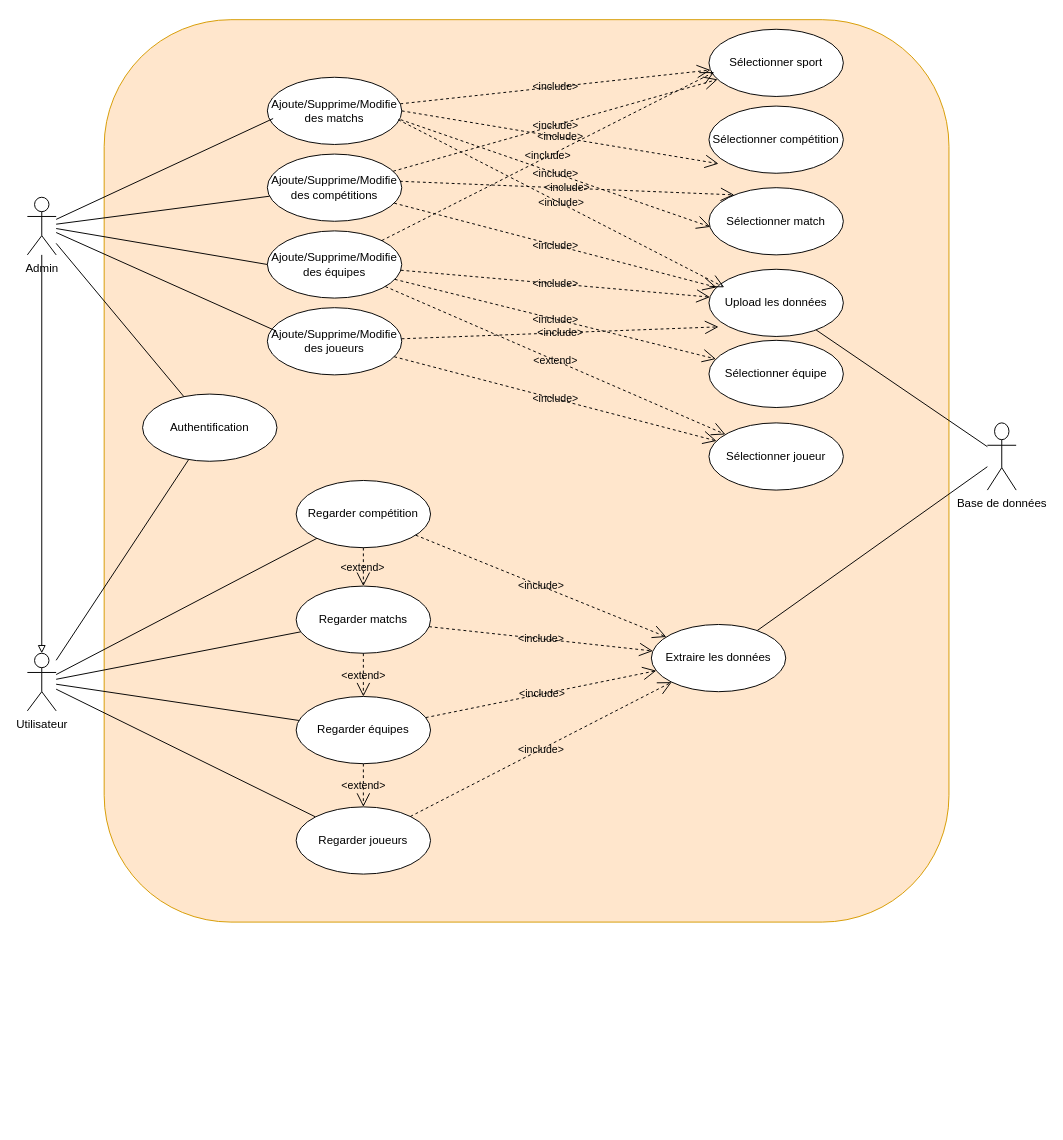
Before: Diagramme cas d'utilisation.drawio in MaximeY05/Projet_traitement_donn-es_1A, a draw.io diagram. Source tidied: cells renumbered, new cells numbered last; positions are measured from the earlier drawing's top-left corner, leaving out a move shared by most shapes. Both pictures are drawn from the tidied source at 96%, with x=0, y=0 at pixel (27, 19).
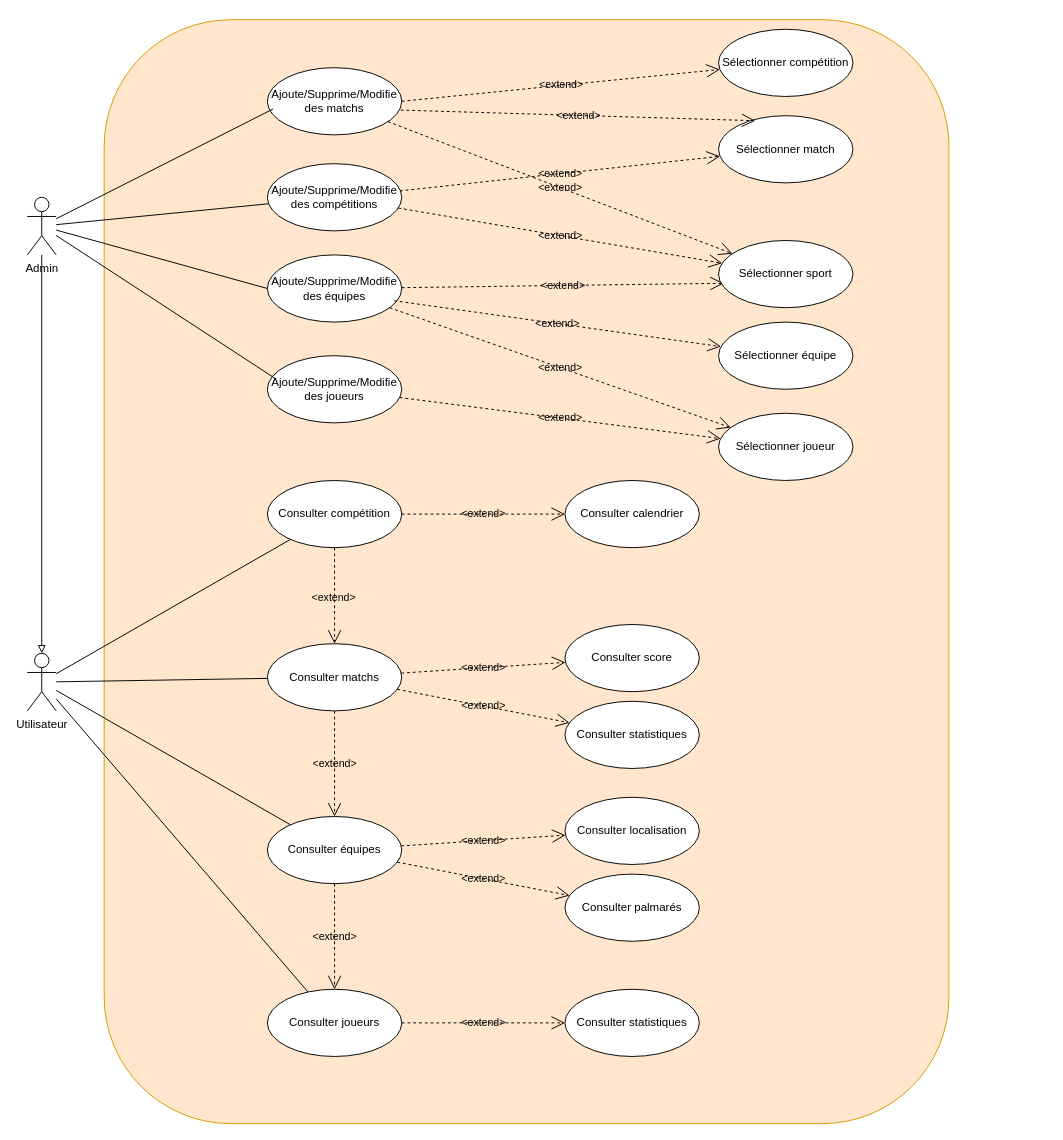
The same page after the edit.

Commit message (it also covers changes not shown here):
Fin diagrammes 11/03

The change refers to these unchanged cells:
```xml
<mxCell id="9" value="Admin" style="shape=umlActor;verticalLabelPosition=bottom;verticalAlign=top;html=1;outlineConnect=0;" parent="1" vertex="1">
  <mxGeometry y="185" width="30" height="60" as="geometry" />
</mxCell>
<mxCell id="35" value="Utilisateur" style="shape=umlActor;verticalLabelPosition=bottom;verticalAlign=top;html=1;outlineConnect=0;" parent="1" vertex="1">
  <mxGeometry y="660" width="30" height="60" as="geometry" />
</mxCell>
```

Diff of the diagram source:
```diff
@@
     <mxCell id="2" value="&lt;div&gt;&lt;/div&gt;" style="rounded=1;whiteSpace=wrap;html=1;fillColor=#ffe6cc;strokeColor=#d79b00;labelPosition=center;verticalLabelPosition=top;align=center;verticalAlign=bottom;" parent="1" vertex="1">
-      <mxGeometry x="80" width="880" height="940" as="geometry" />
+      <mxGeometry x="80" width="880" height="1150" as="geometry" />
     </mxCell>
     <mxCell id="3" value="Ajoute/Supprime/Modifie des matchs" style="ellipse;whiteSpace=wrap;html=1;" parent="1" vertex="1">
-      <mxGeometry x="250" y="60" width="140" height="70" as="geometry" />
+      <mxGeometry x="250" y="50" width="140" height="70" as="geometry" />
     </mxCell>
     <mxCell id="4" value="Ajoute/Supprime/Modifie des équipes" style="ellipse;whiteSpace=wrap;html=1;" parent="1" vertex="1">
-      <mxGeometry x="250" y="220" width="140" height="70" as="geometry" />
+      <mxGeometry x="250" y="245" width="140" height="70" as="geometry" />
     </mxCell>
     <mxCell id="5" value="Ajoute/Supprime/Modifie des compétitions" style="ellipse;whiteSpace=wrap;html=1;" parent="1" vertex="1">
-      <mxGeometry x="250" y="140" width="140" height="70" as="geometry" />
+      <mxGeometry x="250" y="150" width="140" height="70" as="geometry" />
     </mxCell>
@@
     <mxCell id="11" value="Sélectionner compétition" style="ellipse;whiteSpace=wrap;html=1;" parent="1" vertex="1">
-      <mxGeometry x="710" y="90" width="140" height="70" as="geometry" />
+      <mxGeometry x="720" y="10" width="140" height="70" as="geometry" />
     </mxCell>
     <mxCell id="12" value="Sélectionner match" style="ellipse;whiteSpace=wrap;html=1;" parent="1" vertex="1">
-      <mxGeometry x="710" y="175" width="140" height="70" as="geometry" />
+      <mxGeometry x="720" y="100" width="140" height="70" as="geometry" />
     </mxCell>
-    <mxCell id="13" style="rounded=0;jettySize=auto;html=1;endArrow=none;endFill=0;" parent="1" edge="1" source="14" target="16">
-      <mxGeometry relative="1" as="geometry" />
-    </mxCell>
-    <mxCell id="14" value="Upload les données" style="ellipse;whiteSpace=wrap;html=1;" parent="1" vertex="1">
-      <mxGeometry x="710" y="260" width="140" height="70" as="geometry" />
-    </mxCell>
-    <mxCell id="15" style="rounded=0;jettySize=auto;html=1;endArrow=none;endFill=0;" parent="1" edge="1" source="16" target="44">
-      <mxGeometry relative="1" as="geometry" />
-    </mxCell>
-    <mxCell id="16" value="Base de données" style="shape=umlActor;verticalLabelPosition=bottom;verticalAlign=top;html=1;fontSize=12;" parent="1" vertex="1">
-      <mxGeometry x="1000" y="420" width="30" height="70" as="geometry" />
-    </mxCell>
     <mxCell id="17" value="Ajoute/Supprime/Modifie des joueurs" style="ellipse;whiteSpace=wrap;html=1;" parent="1" vertex="1">
-      <mxGeometry x="250" y="300" width="140" height="70" as="geometry" />
+      <mxGeometry x="250" y="350" width="140" height="70" as="geometry" />
     </mxCell>
@@
-    <mxCell id="19" value="&lt;span&gt;&amp;lt;include&amp;gt;&lt;/span&gt;" style="endArrow=open;endSize=12;dashed=1;html=1;rounded=0;exitX=0.974;exitY=0.631;exitDx=0;exitDy=0;exitPerimeter=0;labelBackgroundColor=none;entryX=0.114;entryY=0.268;entryDx=0;entryDy=0;entryPerimeter=0;" parent="1" edge="1" source="3" target="14">
-      <mxGeometry relative="1" as="geometry" />
-    </mxCell>
-    <mxCell id="20" value="&lt;span&gt;&amp;lt;include&amp;gt;&lt;/span&gt;" style="endArrow=open;endSize=12;dashed=1;html=1;rounded=0;labelBackgroundColor=none;entryX=0.071;entryY=0.857;entryDx=0;entryDy=0;entryPerimeter=0;" parent="1" edge="1" source="17" target="14">
-      <mxGeometry relative="1" as="geometry" />
-    </mxCell>
-    <mxCell id="21" value="&lt;span&gt;&amp;lt;include&amp;gt;&lt;/span&gt;" style="endArrow=open;endSize=12;dashed=1;html=1;rounded=0;labelBackgroundColor=none;" parent="1" edge="1" source="4" target="14">
-      <mxGeometry relative="1" as="geometry" />
-    </mxCell>
-    <mxCell id="22" value="&lt;span&gt;&amp;lt;include&amp;gt;&lt;/span&gt;" style="endArrow=open;endSize=12;dashed=1;html=1;rounded=0;exitX=0.986;exitY=0.405;exitDx=0;exitDy=0;exitPerimeter=0;labelBackgroundColor=none;entryX=0.188;entryY=0.107;entryDx=0;entryDy=0;entryPerimeter=0;" parent="1" edge="1" source="5" target="12">
+    <mxCell id="22" value="&lt;span&gt;&amp;lt;extend&amp;gt;&lt;/span&gt;" style="endArrow=open;endSize=12;dashed=1;html=1;rounded=0;exitX=0.986;exitY=0.405;exitDx=0;exitDy=0;exitPerimeter=0;labelBackgroundColor=none;" parent="1" edge="1" source="5" target="12">
       <mxGeometry relative="1" as="geometry" />
     </mxCell>
-    <mxCell id="23" value="&lt;span&gt;&amp;lt;include&amp;gt;&lt;/span&gt;" style="endArrow=open;endSize=12;dashed=1;html=1;rounded=0;exitX=0.992;exitY=0.631;exitDx=0;exitDy=0;exitPerimeter=0;entryX=0.01;entryY=0.583;entryDx=0;entryDy=0;entryPerimeter=0;labelBackgroundColor=none;" parent="1" edge="1" source="3" target="12">
+    <mxCell id="23" value="&amp;lt;extend&amp;gt;" style="endArrow=open;endSize=12;dashed=1;html=1;rounded=0;exitX=0.992;exitY=0.631;exitDx=0;exitDy=0;exitPerimeter=0;labelBackgroundColor=none;entryX=0.273;entryY=0.075;entryDx=0;entryDy=0;entryPerimeter=0;" parent="1" edge="1" source="3" target="12">
       <mxGeometry relative="1" as="geometry" />
     </mxCell>
-    <mxCell id="24" value="&lt;span&gt;&amp;lt;include&amp;gt;&lt;/span&gt;" style="endArrow=open;endSize=12;dashed=1;html=1;rounded=0;exitX=1;exitY=0.5;exitDx=0;exitDy=0;entryX=0.071;entryY=0.857;entryDx=0;entryDy=0;entryPerimeter=0;labelBackgroundColor=none;" parent="1" edge="1" source="3" target="11">
+    <mxCell id="24" value="&lt;span&gt;&amp;lt;extend&amp;gt;&lt;/span&gt;" style="endArrow=open;endSize=12;dashed=1;html=1;rounded=0;exitX=1;exitY=0.5;exitDx=0;exitDy=0;labelBackgroundColor=none;" parent="1" edge="1" source="3" target="11">
       <mxGeometry relative="1" as="geometry" />
     </mxCell>
-    <mxCell id="25" value="&lt;span&gt;&amp;lt;include&amp;gt;&lt;/span&gt;" style="endArrow=open;endSize=12;dashed=1;html=1;rounded=0;labelBackgroundColor=none;" parent="1" edge="1" source="5" target="14">
-      <mxGeometry relative="1" as="geometry" />
-    </mxCell>
     <mxCell id="26" value="Sélectionner équipe" style="ellipse;whiteSpace=wrap;html=1;" parent="1" vertex="1">
-      <mxGeometry x="710" y="334" width="140" height="70" as="geometry" />
+      <mxGeometry x="720" y="315" width="140" height="70" as="geometry" />
     </mxCell>
     <mxCell id="27" value="Sélectionner joueur" style="ellipse;whiteSpace=wrap;html=1;" parent="1" vertex="1">
-      <mxGeometry x="710" y="420" width="140" height="70" as="geometry" />
+      <mxGeometry x="720" y="410" width="140" height="70" as="geometry" />
     </mxCell>
@@
-    <mxCell id="29" value="&lt;span&gt;&amp;lt;include&amp;gt;&lt;/span&gt;" style="endArrow=open;endSize=12;dashed=1;html=1;rounded=0;labelBackgroundColor=none;" parent="1" edge="1" source="17" target="27">
+    <mxCell id="29" value="&amp;lt;extend&amp;gt;" style="endArrow=open;endSize=12;dashed=1;html=1;rounded=0;labelBackgroundColor=none;" parent="1" edge="1" source="17" target="27">
       <mxGeometry relative="1" as="geometry" />
     </mxCell>
-    <mxCell id="30" value="&lt;span&gt;&amp;lt;include&amp;gt;&lt;/span&gt;" style="endArrow=open;endSize=12;dashed=1;html=1;rounded=0;labelBackgroundColor=none;" parent="1" edge="1" source="4" target="26">
-      <mxGeometry relative="1" as="geometry" />
-    </mxCell>
@@
-    <mxCell id="36" value="Sélectionner sport" style="ellipse;whiteSpace=wrap;html=1;" parent="1" vertex="1">
-      <mxGeometry x="710" y="10" width="140" height="70" as="geometry" />
-    </mxCell>
-    <mxCell id="37" value="&lt;span&gt;&amp;lt;include&amp;gt;&lt;/span&gt;" style="endArrow=open;endSize=12;dashed=1;html=1;rounded=0;labelBackgroundColor=none;" parent="1" edge="1" source="3" target="36">
+    <mxCell id="37" value="&amp;lt;extend&amp;gt;" style="endArrow=open;endSize=12;dashed=1;html=1;rounded=0;labelBackgroundColor=none;" parent="1" edge="1" source="3" target="36">
       <mxGeometry relative="1" as="geometry" />
     </mxCell>
-    <mxCell id="38" value="&lt;span&gt;&amp;lt;include&amp;gt;&lt;/span&gt;" style="endArrow=open;endSize=12;dashed=1;html=1;rounded=0;labelBackgroundColor=none;" parent="1" edge="1" source="5" target="36">
+    <mxCell id="38" value="&amp;lt;extend&amp;gt;" style="endArrow=open;endSize=12;dashed=1;html=1;rounded=0;labelBackgroundColor=none;" parent="1" edge="1" source="5" target="36">
       <mxGeometry relative="1" as="geometry" />
     </mxCell>
-    <mxCell id="39" value="&lt;span&gt;&amp;lt;include&amp;gt;&lt;/span&gt;" style="endArrow=open;endSize=12;dashed=1;html=1;rounded=0;labelBackgroundColor=none;entryX=0.039;entryY=0.637;entryDx=0;entryDy=0;entryPerimeter=0;" parent="1" edge="1" source="4" target="36">
+    <mxCell id="39" value="&amp;lt;extend&amp;gt;" style="endArrow=open;endSize=12;dashed=1;html=1;rounded=0;labelBackgroundColor=none;entryX=0.039;entryY=0.637;entryDx=0;entryDy=0;entryPerimeter=0;" parent="1" edge="1" source="4" target="36">
       <mxGeometry relative="1" as="geometry" />
     </mxCell>
-    <mxCell id="40" value="Regarder compétition" style="ellipse;whiteSpace=wrap;html=1;" parent="1" vertex="1">
-      <mxGeometry x="280" y="480" width="140" height="70" as="geometry" />
+    <mxCell id="40" value="Consulter compétition" style="ellipse;whiteSpace=wrap;html=1;" parent="1" vertex="1">
+      <mxGeometry x="250" y="480" width="140" height="70" as="geometry" />
     </mxCell>
-    <mxCell id="41" value="Regarder joueurs" style="ellipse;whiteSpace=wrap;html=1;" parent="1" vertex="1">
-      <mxGeometry x="280" y="820" width="140" height="70" as="geometry" />
+    <mxCell id="41" value="Consulter joueurs" style="ellipse;whiteSpace=wrap;html=1;" parent="1" vertex="1">
+      <mxGeometry x="250" y="1010" width="140" height="70" as="geometry" />
     </mxCell>
-    <mxCell id="42" value="Regarder matchs" style="ellipse;whiteSpace=wrap;html=1;" parent="1" vertex="1">
-      <mxGeometry x="280" y="590" width="140" height="70" as="geometry" />
+    <mxCell id="42" value="Consulter matchs" style="ellipse;whiteSpace=wrap;html=1;" parent="1" vertex="1">
+      <mxGeometry x="250" y="650" width="140" height="70" as="geometry" />
     </mxCell>
@@
-    <mxCell id="44" value="Extraire les données" style="ellipse;whiteSpace=wrap;html=1;" parent="1" vertex="1">
-      <mxGeometry x="650" y="630" width="140" height="70" as="geometry" />
-    </mxCell>
-    <mxCell id="45" value="&lt;span&gt;&amp;lt;include&amp;gt;&lt;/span&gt;" style="endArrow=open;endSize=12;dashed=1;html=1;rounded=0;labelBackgroundColor=none;" parent="1" edge="1" source="51" target="44">
-      <mxGeometry relative="1" as="geometry" />
-    </mxCell>
-    <mxCell id="46" value="&lt;span&gt;&amp;lt;include&amp;gt;&lt;/span&gt;" style="endArrow=open;endSize=12;dashed=1;html=1;rounded=0;labelBackgroundColor=none;" parent="1" edge="1" source="41" target="44">
-      <mxGeometry relative="1" as="geometry" />
-    </mxCell>
-    <mxCell id="47" value="&lt;span&gt;&amp;lt;include&amp;gt;&lt;/span&gt;" style="endArrow=open;endSize=12;dashed=1;html=1;rounded=0;labelBackgroundColor=none;" parent="1" edge="1" source="42" target="44">
-      <mxGeometry relative="1" as="geometry" />
-    </mxCell>
@@
-    <mxCell id="51" value="Regarder équipes" style="ellipse;whiteSpace=wrap;html=1;" parent="1" vertex="1">
-      <mxGeometry x="280" y="705" width="140" height="70" as="geometry" />
+    <mxCell id="51" value="Consulter équipes" style="ellipse;whiteSpace=wrap;html=1;" parent="1" vertex="1">
+      <mxGeometry x="250" y="830" width="140" height="70" as="geometry" />
     </mxCell>
-    <mxCell id="52" value="&lt;span&gt;&amp;lt;include&amp;gt;&lt;/span&gt;" style="endArrow=open;endSize=12;dashed=1;html=1;rounded=0;labelBackgroundColor=none;" parent="1" edge="1" source="40" target="44">
-      <mxGeometry relative="1" as="geometry" />
-    </mxCell>
-    <mxCell id="53" style="rounded=0;jettySize=auto;html=1;endArrow=none;endFill=0;" parent="1" edge="1" source="55" target="9">
-      <mxGeometry relative="1" as="geometry" />
-    </mxCell>
-    <mxCell id="54" style="rounded=0;jettySize=auto;html=1;endArrow=none;endFill=0;" parent="1" edge="1" source="55" target="35">
-      <mxGeometry relative="1" as="geometry" />
-    </mxCell>
-    <mxCell id="55" value="Authentification" style="ellipse;whiteSpace=wrap;html=1;" parent="1" vertex="1">
-      <mxGeometry x="120" y="390" width="140" height="70" as="geometry" />
-    </mxCell>
+    <mxCell id="36" value="Sélectionner sport" style="ellipse;whiteSpace=wrap;html=1;" parent="1" vertex="1">
+      <mxGeometry x="720" y="230" width="140" height="70" as="geometry" />
+    </mxCell>
+    <mxCell id="56" value="Consulter calendrier" style="ellipse;whiteSpace=wrap;html=1;" parent="1" vertex="1">
+      <mxGeometry x="560" y="480" width="140" height="70" as="geometry" />
+    </mxCell>
+    <mxCell id="57" value="Consulter score" style="ellipse;whiteSpace=wrap;html=1;" parent="1" vertex="1">
+      <mxGeometry x="560" y="630" width="140" height="70" as="geometry" />
+    </mxCell>
+    <mxCell id="58" value="Consulter statistiques" style="ellipse;whiteSpace=wrap;html=1;" parent="1" vertex="1">
+      <mxGeometry x="560" y="710" width="140" height="70" as="geometry" />
+    </mxCell>
+    <mxCell id="30" value="&amp;lt;extend&amp;gt;" style="endArrow=open;endSize=12;dashed=1;html=1;rounded=0;labelBackgroundColor=none;exitX=0.943;exitY=0.682;exitDx=0;exitDy=0;exitPerimeter=0;" parent="1" edge="1" source="4" target="26">
+      <mxGeometry relative="1" as="geometry" />
+    </mxCell>
+    <mxCell id="59" value="Consulter palmarés" style="ellipse;whiteSpace=wrap;html=1;" parent="1" vertex="1">
+      <mxGeometry x="560" y="890" width="140" height="70" as="geometry" />
+    </mxCell>
+    <mxCell id="60" value="Consulter localisation" style="ellipse;whiteSpace=wrap;html=1;" parent="1" vertex="1">
+      <mxGeometry x="560" y="810" width="140" height="70" as="geometry" />
+    </mxCell>
+    <mxCell id="61" value="Consulter statistiques" style="ellipse;whiteSpace=wrap;html=1;" parent="1" vertex="1">
+      <mxGeometry x="560" y="1010" width="140" height="70" as="geometry" />
+    </mxCell>
+    <mxCell id="62" value="&lt;span&gt;&amp;lt;extend&amp;gt;&lt;/span&gt;" style="endArrow=open;endSize=12;dashed=1;html=1;rounded=0;labelBackgroundColor=none;" parent="1" edge="1" source="40" target="56">
+      <mxGeometry relative="1" as="geometry" />
+    </mxCell>
+    <mxCell id="63" value="&lt;span&gt;&amp;lt;extend&amp;gt;&lt;/span&gt;" style="endArrow=open;endSize=12;dashed=1;html=1;rounded=0;labelBackgroundColor=none;" parent="1" edge="1" source="42" target="57">
+      <mxGeometry relative="1" as="geometry" />
+    </mxCell>
+    <mxCell id="64" value="&lt;span&gt;&amp;lt;extend&amp;gt;&lt;/span&gt;" style="endArrow=open;endSize=12;dashed=1;html=1;rounded=0;labelBackgroundColor=none;" parent="1" edge="1" source="42" target="58">
+      <mxGeometry relative="1" as="geometry" />
+    </mxCell>
+    <mxCell id="65" value="&lt;span&gt;&amp;lt;extend&amp;gt;&lt;/span&gt;" style="endArrow=open;endSize=12;dashed=1;html=1;rounded=0;labelBackgroundColor=none;" parent="1" edge="1" source="51" target="60">
+      <mxGeometry relative="1" as="geometry" />
+    </mxCell>
+    <mxCell id="66" value="&lt;span&gt;&amp;lt;extend&amp;gt;&lt;/span&gt;" style="endArrow=open;endSize=12;dashed=1;html=1;rounded=0;labelBackgroundColor=none;" parent="1" edge="1" source="51" target="59">
+      <mxGeometry relative="1" as="geometry" />
+    </mxCell>
+    <mxCell id="67" value="&lt;span&gt;&amp;lt;extend&amp;gt;&lt;/span&gt;" style="endArrow=open;endSize=12;dashed=1;html=1;rounded=0;labelBackgroundColor=none;" parent="1" edge="1" source="41" target="61">
+      <mxGeometry relative="1" as="geometry" />
+    </mxCell>
```
